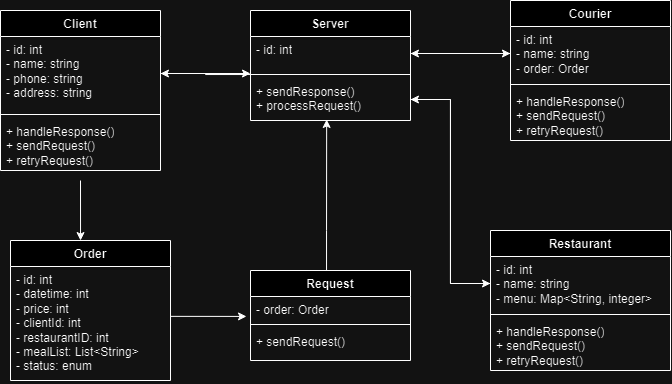
alex-bul/tphse3 keeps this draw.io diagram as Диаграмма классов.png. Above is the earlier version. Source tidied: cells renumbered, new cells last; positions are measured from the earlier drawing's top-left corner, leaving out a move shared by most shapes.
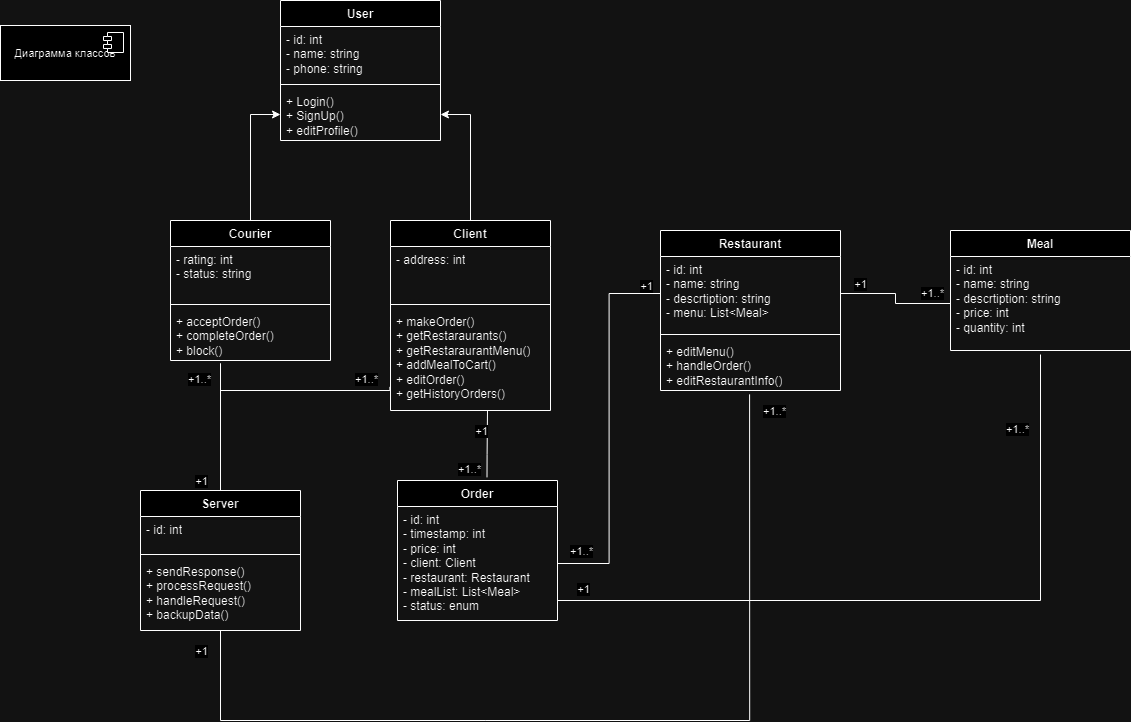
The same file after the commit.

What changed in the source:
```diff
@@ -2,54 +2,34 @@
   <root>
     <mxCell id="0" />
     <mxCell id="1" parent="0" />
-    <mxCell id="2" value="Client" style="swimlane;fontStyle=1;align=center;verticalAlign=top;horizontal=1;startSize=26;whiteSpace=wrap;html=1;" parent="1" vertex="1">
-      <mxGeometry y="10" width="160" height="160" as="geometry" />
+    <mxCell id="2" value="User" style="swimlane;fontStyle=1;align=center;verticalAlign=top;horizontal=1;startSize=26;whiteSpace=wrap;html=1;" parent="1" vertex="1">
+      <mxGeometry x="520" y="-60" width="160" height="140" as="geometry" />
     </mxCell>
-    <mxCell id="3" value="- id: int&lt;div&gt;- name: string&lt;br&gt;- phone: string&lt;/div&gt;&lt;div&gt;- address: string&lt;/div&gt;" style="text;strokeColor=none;fillColor=none;align=left;verticalAlign=top;spacingLeft=4;spacingRight=4;overflow=hidden;points=[[0,0.5],[1,0.5]];portConstraint=eastwest;whiteSpace=wrap;html=1;" parent="2" vertex="1">
-      <mxGeometry y="26" width="160" height="74" as="geometry" />
+    <mxCell id="3" value="- id: int&lt;div&gt;- name: string&lt;br&gt;- phone: string&lt;/div&gt;" style="text;strokeColor=none;fillColor=none;align=left;verticalAlign=top;spacingLeft=4;spacingRight=4;overflow=hidden;points=[[0,0.5],[1,0.5]];portConstraint=eastwest;whiteSpace=wrap;html=1;" parent="2" vertex="1">
+      <mxGeometry y="26" width="160" height="54" as="geometry" />
     </mxCell>
     <mxCell id="4" style="line;strokeWidth=1;fillColor=none;align=left;verticalAlign=middle;spacingTop=-1;spacingLeft=3;spacingRight=3;labelPosition=right;strokeColor=inherit;" parent="2" vertex="1">
-      <mxGeometry y="100" width="160" height="8" as="geometry" />
+      <mxGeometry y="80" width="160" height="8" as="geometry" />
     </mxCell>
-    <mxCell id="5" value="+ handleResponse()&lt;br&gt;+ sendRequest()&lt;br&gt;+ retryRequest()" style="text;strokeColor=none;fillColor=none;align=left;verticalAlign=top;spacingLeft=4;spacingRight=4;overflow=hidden;points=[[0,0.5],[1,0.5]];portConstraint=eastwest;whiteSpace=wrap;html=1;" parent="2" vertex="1">
-      <mxGeometry y="108" width="160" height="52" as="geometry" />
+    <mxCell id="5" value="+ Login()&lt;br&gt;+ SignUp()&lt;br&gt;+ editProfile()" style="text;strokeColor=none;fillColor=none;align=left;verticalAlign=top;spacingLeft=4;spacingRight=4;overflow=hidden;points=[[0,0.5],[1,0.5]];portConstraint=eastwest;whiteSpace=wrap;html=1;" parent="2" vertex="1">
+      <mxGeometry y="88" width="160" height="52" as="geometry" />
     </mxCell>
     <mxCell id="6" value="Order" style="swimlane;fontStyle=1;align=center;verticalAlign=top;horizontal=1;startSize=26;whiteSpace=wrap;html=1;" parent="1" vertex="1">
-      <mxGeometry x="10" y="240" width="160" height="140" as="geometry" />
+      <mxGeometry x="637" y="420" width="160" height="140" as="geometry" />
     </mxCell>
-    <mxCell id="7" value="- id: int&lt;div&gt;- datetime: int&lt;br&gt;- price: int&lt;br&gt;- clientId: int&lt;br&gt;- restaurantID: int&lt;br&gt;- mealList: List&amp;lt;String&amp;gt;&lt;br&gt;- status: enum&lt;/div&gt;&lt;div&gt;&lt;br&gt;&lt;/div&gt;" style="text;strokeColor=none;fillColor=none;align=left;verticalAlign=top;spacingLeft=4;spacingRight=4;overflow=hidden;points=[[0,0.5],[1,0.5]];portConstraint=eastwest;whiteSpace=wrap;html=1;" parent="6" vertex="1">
+    <mxCell id="7" value="- id: int&lt;div&gt;- timestamp: int&lt;br&gt;- price: int&lt;br&gt;- client: Client&lt;br&gt;- restaurant: Restaurant&lt;br&gt;- mealList: List&amp;lt;Meal&amp;gt;&lt;br&gt;- status: enum&lt;/div&gt;&lt;div&gt;&lt;br&gt;&lt;/div&gt;" style="text;strokeColor=none;fillColor=none;align=left;verticalAlign=top;spacingLeft=4;spacingRight=4;overflow=hidden;points=[[0,0.5],[1,0.5]];portConstraint=eastwest;whiteSpace=wrap;html=1;" parent="6" vertex="1">
       <mxGeometry y="26" width="160" height="114" as="geometry" />
     </mxCell>
-    <mxCell id="8" value="Request" style="swimlane;fontStyle=1;align=center;verticalAlign=top;horizontal=1;startSize=26;whiteSpace=wrap;html=1;" parent="1" vertex="1">
-      <mxGeometry x="250" y="270" width="160" height="90" as="geometry" />
-    </mxCell>
-    <mxCell id="9" value="- order: Order" style="text;strokeColor=none;fillColor=none;align=left;verticalAlign=top;spacingLeft=4;spacingRight=4;overflow=hidden;points=[[0,0.5],[1,0.5]];portConstraint=eastwest;whiteSpace=wrap;html=1;" parent="8" vertex="1">
-      <mxGeometry y="26" width="160" height="24" as="geometry" />
-    </mxCell>
-    <mxCell id="10" style="line;strokeWidth=1;fillColor=none;align=left;verticalAlign=middle;spacingTop=-1;spacingLeft=3;spacingRight=3;labelPosition=right;strokeColor=inherit;" parent="8" vertex="1">
-      <mxGeometry y="50" width="160" height="8" as="geometry" />
-    </mxCell>
-    <mxCell id="11" value="+ sendRequest()&lt;div&gt;&lt;br/&gt;&lt;/div&gt;" style="text;strokeColor=none;fillColor=none;align=left;verticalAlign=top;spacingLeft=4;spacingRight=4;overflow=hidden;whiteSpace=wrap;html=1;" parent="8" vertex="1">
-      <mxGeometry y="58" width="160" height="32" as="geometry" />
-    </mxCell>
-    <mxCell id="12" style="edgeStyle=orthogonalEdgeStyle;rounded=0;orthogonalLoop=1;jettySize=auto;html=1;" parent="1" edge="1">
-      <mxGeometry relative="1" as="geometry">
-        <mxPoint x="80" y="180" as="sourcePoint" />
-        <mxPoint x="80" y="240" as="targetPoint" />
-        <Array as="points">
-          <mxPoint x="80" y="240" />
-        </Array>
-      </mxGeometry>
-    </mxCell>
-    <mxCell id="13" style="edgeStyle=orthogonalEdgeStyle;rounded=0;jettySize=auto;html=1;exitX=1;exitY=0.5;exitDx=0;exitDy=0;entryX=-0.025;entryY=0.83;entryDx=0;entryDy=0;entryPerimeter=0;" parent="1" edge="1" source="7" target="9">
-      <mxGeometry relative="1" as="geometry">
-        <Array as="points">
-          <mxPoint x="170" y="316" />
-        </Array>
-      </mxGeometry>
-    </mxCell>
+    <mxCell id="33" style="edgeStyle=orthogonalEdgeStyle;rounded=0;jettySize=auto;html=1;endArrow=none;endFill=0;entryX=-0.004;entryY=0.768;entryDx=0;entryDy=0;entryPerimeter=0;" parent="1" edge="1" source="14" target="47">
+      <mxGeometry relative="1" as="geometry">
+        <Array as="points">
+          <mxPoint x="460" y="330" />
+          <mxPoint x="629" y="330" />
+        </Array>
+      </mxGeometry>
+    </mxCell>
     <mxCell id="14" value="Server" style="swimlane;fontStyle=1;align=center;verticalAlign=top;horizontal=1;startSize=26;whiteSpace=wrap;html=1;" parent="1" vertex="1">
-      <mxGeometry x="250" y="10" width="160" height="110" as="geometry" />
+      <mxGeometry x="380" y="430" width="160" height="140" as="geometry" />
     </mxCell>
     <mxCell id="15" value="- id: int" style="text;strokeColor=none;fillColor=none;align=left;verticalAlign=top;spacingLeft=4;spacingRight=4;overflow=hidden;points=[[0,0.5],[1,0.5]];portConstraint=eastwest;whiteSpace=wrap;html=1;" parent="14" vertex="1">
       <mxGeometry y="26" width="160" height="34" as="geometry" />
@@ -57,64 +37,162 @@
     <mxCell id="16" style="line;strokeWidth=1;fillColor=none;align=left;verticalAlign=middle;spacingTop=-1;spacingLeft=3;spacingRight=3;labelPosition=right;points=[];portConstraint=eastwest;strokeColor=inherit;" parent="14" vertex="1">
       <mxGeometry y="60" width="160" height="8" as="geometry" />
     </mxCell>
-    <mxCell id="17" value="+ sendResponse()&lt;br&gt;+ processRequest()" style="text;strokeColor=none;fillColor=none;align=left;verticalAlign=top;spacingLeft=4;spacingRight=4;overflow=hidden;points=[[0,0.5],[1,0.5]];portConstraint=eastwest;whiteSpace=wrap;html=1;" parent="14" vertex="1">
-      <mxGeometry y="68" width="160" height="42" as="geometry" />
+    <mxCell id="17" value="+ sendResponse()&lt;br&gt;+ processRequest()&lt;br&gt;+ handleRequest()&lt;br&gt;+ backupData()" style="text;strokeColor=none;fillColor=none;align=left;verticalAlign=top;spacingLeft=4;spacingRight=4;overflow=hidden;points=[[0,0.5],[1,0.5]];portConstraint=eastwest;whiteSpace=wrap;html=1;" parent="14" vertex="1">
+      <mxGeometry y="68" width="160" height="72" as="geometry" />
     </mxCell>
-    <mxCell id="18" style="edgeStyle=orthogonalEdgeStyle;rounded=0;jettySize=auto;html=1;entryX=0.476;entryY=0.976;entryDx=0;entryDy=0;entryPerimeter=0;" parent="1" edge="1" source="8" target="17">
-      <mxGeometry relative="1" as="geometry">
-        <Array as="points">
-          <mxPoint x="326" y="230" />
-          <mxPoint x="326" y="230" />
-        </Array>
-      </mxGeometry>
-    </mxCell>
-    <mxCell id="19" style="edgeStyle=orthogonalEdgeStyle;rounded=0;jettySize=auto;html=1;entryX=0;entryY=0.375;entryDx=0;entryDy=0;entryPerimeter=0;" parent="1" edge="1" source="3" target="16">
-      <mxGeometry relative="1" as="geometry" />
-    </mxCell>
-    <mxCell id="20" style="edgeStyle=orthogonalEdgeStyle;rounded=0;jettySize=auto;html=1;entryX=1;entryY=0.5;entryDx=0;entryDy=0;" parent="1" edge="1" source="16" target="3">
-      <mxGeometry relative="1" as="geometry" />
-    </mxCell>
-    <mxCell id="21" value="Courier" style="swimlane;fontStyle=1;align=center;verticalAlign=top;horizontal=1;startSize=26;whiteSpace=wrap;html=1;" parent="1" vertex="1">
-      <mxGeometry x="510" width="160" height="140" as="geometry" />
-    </mxCell>
-    <mxCell id="22" value="- id: int&lt;br&gt;- name: string&lt;br&gt;- order: Order" style="text;strokeColor=none;fillColor=none;align=left;verticalAlign=top;spacingLeft=4;spacingRight=4;overflow=hidden;points=[[0,0.5],[1,0.5]];portConstraint=eastwest;whiteSpace=wrap;html=1;" parent="21" vertex="1">
-      <mxGeometry y="26" width="160" height="54" as="geometry" />
-    </mxCell>
-    <mxCell id="23" style="line;strokeWidth=1;fillColor=none;align=left;verticalAlign=middle;spacingTop=-1;spacingLeft=3;spacingRight=3;labelPosition=right;strokeColor=inherit;" parent="21" vertex="1">
-      <mxGeometry y="80" width="160" height="8" as="geometry" />
-    </mxCell>
-    <mxCell id="24" value="+ handleResponse()&lt;br&gt;+ sendRequest()&lt;br&gt;+ retryRequest()" style="text;strokeColor=none;fillColor=none;align=left;verticalAlign=top;spacingLeft=4;spacingRight=4;overflow=hidden;whiteSpace=wrap;html=1;" parent="21" vertex="1">
-      <mxGeometry y="88" width="160" height="52" as="geometry" />
-    </mxCell>
     <mxCell id="25" value="Restaurant" style="swimlane;fontStyle=1;align=center;verticalAlign=top;horizontal=1;startSize=26;whiteSpace=wrap;html=1;" parent="1" vertex="1">
-      <mxGeometry x="490" y="230" width="180" height="140" as="geometry" />
+      <mxGeometry x="900" y="170" width="180" height="160" as="geometry" />
     </mxCell>
-    <mxCell id="26" value="- id: int&lt;br&gt;- name: string&lt;br&gt;- menu: Map&amp;lt;String, integer&amp;gt;" style="text;strokeColor=none;fillColor=none;align=left;verticalAlign=top;spacingLeft=4;spacingRight=4;overflow=hidden;points=[[0,0.5],[1,0.5]];portConstraint=eastwest;whiteSpace=wrap;html=1;" parent="25" vertex="1">
-      <mxGeometry y="26" width="180" height="54" as="geometry" />
+    <mxCell id="26" value="- id: int&lt;br&gt;- name: string&lt;br&gt;- descrtiption: string&lt;br&gt;- menu: List&amp;lt;Meal&amp;gt;" style="text;strokeColor=none;fillColor=none;align=left;verticalAlign=top;spacingLeft=4;spacingRight=4;overflow=hidden;points=[[0,0.5],[1,0.5]];portConstraint=eastwest;whiteSpace=wrap;html=1;" parent="25" vertex="1">
+      <mxGeometry y="26" width="180" height="74" as="geometry" />
     </mxCell>
     <mxCell id="27" style="line;strokeWidth=1;fillColor=none;align=left;verticalAlign=middle;spacingTop=-1;spacingLeft=3;spacingRight=3;labelPosition=right;strokeColor=inherit;" parent="25" vertex="1">
-      <mxGeometry y="80" width="180" height="8" as="geometry" />
+      <mxGeometry y="100" width="180" height="8" as="geometry" />
     </mxCell>
-    <mxCell id="28" value="+ handleResponse()&lt;br&gt;+ sendRequest()&lt;br&gt;+ retryRequest()" style="text;strokeColor=none;fillColor=none;align=left;verticalAlign=top;spacingLeft=4;spacingRight=4;overflow=hidden;points=[[0,0.5],[1,0.5]];portConstraint=eastwest;whiteSpace=wrap;html=1;" parent="25" vertex="1">
-      <mxGeometry y="88" width="180" height="52" as="geometry" />
+    <mxCell id="28" value="+ editMenu()&lt;br&gt;+ handleOrder()&lt;br&gt;+ editRestaurantInfo()" style="text;strokeColor=none;fillColor=none;align=left;verticalAlign=top;spacingLeft=4;spacingRight=4;overflow=hidden;points=[[0,0.5],[1,0.5]];portConstraint=eastwest;whiteSpace=wrap;html=1;" parent="25" vertex="1">
+      <mxGeometry y="108" width="180" height="52" as="geometry" />
     </mxCell>
-    <mxCell id="29" style="edgeStyle=orthogonalEdgeStyle;rounded=0;jettySize=auto;html=1;" parent="1" edge="1" source="22" target="15">
-      <mxGeometry relative="1" as="geometry" />
-    </mxCell>
-    <mxCell id="30" style="edgeStyle=orthogonalEdgeStyle;rounded=0;orthogonalLoop=1;jettySize=auto;html=1;" parent="1" edge="1">
-      <mxGeometry relative="1" as="geometry">
-        <mxPoint x="410" y="53" as="sourcePoint" />
-        <mxPoint x="510" y="53" as="targetPoint" />
-        <Array as="points">
-          <mxPoint x="510" y="53" />
-        </Array>
-      </mxGeometry>
-    </mxCell>
-    <mxCell id="31" style="edgeStyle=orthogonalEdgeStyle;rounded=0;jettySize=auto;html=1;entryX=1;entryY=0.5;entryDx=0;entryDy=0;" parent="1" edge="1" source="26" target="17">
-      <mxGeometry relative="1" as="geometry" />
-    </mxCell>
-    <mxCell id="32" style="edgeStyle=orthogonalEdgeStyle;rounded=0;jettySize=auto;html=1;entryX=0;entryY=0.5;entryDx=0;entryDy=0;" parent="1" edge="1" source="17" target="26">
-      <mxGeometry relative="1" as="geometry" />
-    </mxCell>
+    <mxCell id="34" value="Meal" style="swimlane;fontStyle=1;align=center;verticalAlign=top;horizontal=1;startSize=26;whiteSpace=wrap;html=1;" parent="1" vertex="1">
+      <mxGeometry x="1190" y="170" width="180" height="120" as="geometry" />
+    </mxCell>
+    <mxCell id="35" value="- id: int&lt;br&gt;- name: string&lt;br&gt;- descrtiption: string&lt;div&gt;- price: int&lt;/div&gt;&lt;div&gt;- quantity: int&lt;/div&gt;" style="text;strokeColor=none;fillColor=none;align=left;verticalAlign=top;spacingLeft=4;spacingRight=4;overflow=hidden;points=[[0,0.5],[1,0.5]];portConstraint=eastwest;whiteSpace=wrap;html=1;" parent="34" vertex="1">
+      <mxGeometry y="26" width="180" height="94" as="geometry" />
+    </mxCell>
+    <mxCell id="36" style="edgeStyle=orthogonalEdgeStyle;rounded=0;jettySize=auto;html=1;endArrow=none;endFill=0;labelPosition=left;verticalLabelPosition=top;align=right;verticalAlign=bottom;" parent="1" edge="1" source="35" target="26">
+      <mxGeometry x="0.82" y="-13" relative="1" as="geometry" />
+    </mxCell>
+    <mxCell id="37" value="+1" style="edgeLabel;html=1;align=center;verticalAlign=middle;" parent="36" vertex="1">
+      <mxGeometry x="0.68" relative="1" as="geometry">
+        <mxPoint x="-1" y="-10" as="offset" />
+      </mxGeometry>
+    </mxCell>
+    <mxCell id="38" value="+1..*" style="edgeLabel;html=1;align=center;verticalAlign=middle;" parent="36" vertex="1">
+      <mxGeometry x="-0.83" y="-1" relative="1" as="geometry">
+        <mxPoint x="-9" y="-10" as="offset" />
+      </mxGeometry>
+    </mxCell>
+    <mxCell id="39" style="edgeStyle=orthogonalEdgeStyle;rounded=0;jettySize=auto;html=1;entryX=0;entryY=0.5;entryDx=0;entryDy=0;" parent="1" edge="1" source="21" target="5">
+      <mxGeometry relative="1" as="geometry" />
+    </mxCell>
+    <mxCell id="21" value="Courier" style="swimlane;fontStyle=1;align=center;verticalAlign=top;horizontal=1;startSize=26;whiteSpace=wrap;html=1;" parent="1" vertex="1">
+      <mxGeometry x="410" y="160" width="160" height="140" as="geometry" />
+    </mxCell>
+    <mxCell id="40" value="- rating: int&lt;br&gt;- status: string" style="text;strokeColor=none;fillColor=none;align=left;verticalAlign=top;spacingLeft=4;spacingRight=4;overflow=hidden;whiteSpace=wrap;html=1;" parent="21" vertex="1">
+      <mxGeometry y="26" width="160" height="54" as="geometry" />
+    </mxCell>
+    <mxCell id="41" style="line;strokeWidth=1;fillColor=none;align=left;verticalAlign=middle;spacingTop=-1;spacingLeft=3;spacingRight=3;labelPosition=right;strokeColor=inherit;" parent="21" vertex="1">
+      <mxGeometry y="80" width="160" height="8" as="geometry" />
+    </mxCell>
+    <mxCell id="42" value="+ acceptOrder()&lt;br&gt;+ completeOrder()&lt;br&gt;+ block()" style="text;strokeColor=none;fillColor=none;align=left;verticalAlign=top;spacingLeft=4;spacingRight=4;overflow=hidden;whiteSpace=wrap;html=1;" parent="21" vertex="1">
+      <mxGeometry y="88" width="160" height="52" as="geometry" />
+    </mxCell>
+    <mxCell id="43" style="edgeStyle=orthogonalEdgeStyle;rounded=0;jettySize=auto;html=1;" parent="1" edge="1" source="44" target="5">
+      <mxGeometry relative="1" as="geometry" />
+    </mxCell>
+    <mxCell id="44" value="Client" style="swimlane;fontStyle=1;align=center;verticalAlign=top;horizontal=1;startSize=26;whiteSpace=wrap;html=1;" parent="1" vertex="1">
+      <mxGeometry x="630" y="160" width="160" height="190" as="geometry" />
+    </mxCell>
+    <mxCell id="45" value="- address: int&lt;div&gt;&lt;br/&gt;&lt;/div&gt;" style="text;strokeColor=none;fillColor=none;align=left;verticalAlign=top;spacingLeft=4;spacingRight=4;overflow=hidden;whiteSpace=wrap;html=1;" parent="44" vertex="1">
+      <mxGeometry y="26" width="160" height="54" as="geometry" />
+    </mxCell>
+    <mxCell id="46" style="line;strokeWidth=1;fillColor=none;align=left;verticalAlign=middle;spacingTop=-1;spacingLeft=3;spacingRight=3;labelPosition=right;strokeColor=inherit;" parent="44" vertex="1">
+      <mxGeometry y="80" width="160" height="8" as="geometry" />
+    </mxCell>
+    <mxCell id="47" value="+ makeOrder()&lt;br&gt;+ getRestaraurants()&lt;br&gt;+ getRestaraurantMenu()&lt;br&gt;+ addMealToCart()&lt;br&gt;+ editOrder()&lt;br&gt;+ getHistoryOrders()" style="text;strokeColor=none;fillColor=none;align=left;verticalAlign=top;spacingLeft=4;spacingRight=4;overflow=hidden;points=[[0,0.5],[1,0.5]];portConstraint=eastwest;whiteSpace=wrap;html=1;" parent="44" vertex="1">
+      <mxGeometry y="88" width="160" height="102" as="geometry" />
+    </mxCell>
+    <mxCell id="48" style="edgeStyle=orthogonalEdgeStyle;rounded=0;jettySize=auto;html=1;endArrow=none;endFill=0;" parent="1" edge="1" source="26" target="7">
+      <mxGeometry relative="1" as="geometry" />
+    </mxCell>
+    <mxCell id="49" value="+1" style="edgeLabel;html=1;align=center;verticalAlign=middle;" parent="1" vertex="1">
+      <mxGeometry x="990" y="240" as="geometry">
+        <mxPoint x="-105" y="-15" as="offset" />
+      </mxGeometry>
+    </mxCell>
+    <mxCell id="50" value="+1..*" style="edgeLabel;html=1;align=center;verticalAlign=middle;" parent="1" vertex="1">
+      <mxGeometry x="820" y="490" as="geometry" />
+    </mxCell>
+    <mxCell id="51" style="edgeStyle=orthogonalEdgeStyle;rounded=0;jettySize=auto;html=1;entryX=0.603;entryY=1;entryDx=0;entryDy=0;entryPerimeter=0;exitX=0.52;exitY=-0.022;exitDx=0;exitDy=0;exitPerimeter=0;endArrow=none;endFill=0;" parent="1" edge="1" target="47">
+      <mxGeometry relative="1" as="geometry">
+        <mxPoint x="726.5" y="416.9" as="sourcePoint" />
+        <Array as="points">
+          <mxPoint x="727" y="394" />
+          <mxPoint x="727" y="394" />
+          <mxPoint x="727" y="350" />
+        </Array>
+      </mxGeometry>
+    </mxCell>
+    <mxCell id="52" value="+1" style="edgeLabel;html=1;align=center;verticalAlign=middle;" parent="1" vertex="1">
+      <mxGeometry x="440" y="420" as="geometry" />
+    </mxCell>
+    <mxCell id="53" value="+1..*" style="edgeLabel;html=1;align=center;verticalAlign=middle;" parent="1" vertex="1">
+      <mxGeometry x="820" y="230" as="geometry">
+        <mxPoint x="-112" y="178" as="offset" />
+      </mxGeometry>
+    </mxCell>
+    <mxCell id="54" style="edgeStyle=orthogonalEdgeStyle;rounded=0;jettySize=auto;html=1;endArrow=none;endFill=0;" parent="1" edge="1" source="7">
+      <mxGeometry relative="1" as="geometry">
+        <mxPoint x="1280" y="294" as="targetPoint" />
+        <Array as="points">
+          <mxPoint x="1280" y="540" />
+          <mxPoint x="1280" y="294" />
+        </Array>
+      </mxGeometry>
+    </mxCell>
+    <mxCell id="55" value="+1..*" style="edgeLabel;html=1;align=center;verticalAlign=middle;" parent="1" vertex="1">
+      <mxGeometry x="1190" y="240" as="geometry">
+        <mxPoint x="66" y="128" as="offset" />
+      </mxGeometry>
+    </mxCell>
+    <mxCell id="56" value="+1" style="edgeLabel;html=1;align=center;verticalAlign=middle;" parent="1" vertex="1">
+      <mxGeometry x="1108.3" y="210" as="geometry">
+        <mxPoint x="-286" y="318" as="offset" />
+      </mxGeometry>
+    </mxCell>
+    <mxCell id="57" style="edgeStyle=orthogonalEdgeStyle;rounded=0;jettySize=auto;html=1;endArrow=none;endFill=0;" parent="1" edge="1" source="14">
+      <mxGeometry relative="1" as="geometry">
+        <mxPoint x="460" y="310" as="targetPoint" />
+        <Array as="points">
+          <mxPoint x="460" y="303" />
+        </Array>
+      </mxGeometry>
+    </mxCell>
+    <mxCell id="58" value="+1" style="edgeLabel;html=1;align=center;verticalAlign=middle;" parent="1" vertex="1">
+      <mxGeometry x="720" y="370" as="geometry" />
+    </mxCell>
+    <mxCell id="59" value="+1..*" style="edgeLabel;html=1;align=center;verticalAlign=middle;" parent="1" vertex="1">
+      <mxGeometry x="717" y="140" as="geometry">
+        <mxPoint x="-112" y="178" as="offset" />
+      </mxGeometry>
+    </mxCell>
+    <mxCell id="60" value="+1..*" style="edgeLabel;html=1;align=center;verticalAlign=middle;" parent="1" vertex="1">
+      <mxGeometry x="550" y="140" as="geometry">
+        <mxPoint x="-112" y="178" as="offset" />
+      </mxGeometry>
+    </mxCell>
+    <mxCell id="61" style="edgeStyle=orthogonalEdgeStyle;rounded=0;jettySize=auto;html=1;entryX=0.495;entryY=1.074;entryDx=0;entryDy=0;entryPerimeter=0;strokeColor=default;align=center;verticalAlign=middle;fontFamily=Helvetica;fontSize=11;fontColor=default;labelBackgroundColor=default;endArrow=none;endFill=0;" parent="1" edge="1" source="14" target="28">
+      <mxGeometry relative="1" as="geometry">
+        <Array as="points">
+          <mxPoint x="460" y="660" />
+          <mxPoint x="989" y="660" />
+        </Array>
+      </mxGeometry>
+    </mxCell>
+    <mxCell id="62" value="+1" style="edgeLabel;html=1;align=center;verticalAlign=middle;" parent="1" vertex="1">
+      <mxGeometry x="440" y="590" as="geometry" />
+    </mxCell>
+    <mxCell id="63" value="+1..*" style="edgeLabel;html=1;align=center;verticalAlign=middle;" parent="1" vertex="1">
+      <mxGeometry x="830" y="500" as="geometry">
+        <mxPoint x="183" y="-150" as="offset" />
+      </mxGeometry>
+    </mxCell>
+    <mxCell id="64" value="Диаграмма классов" style="html=1;whiteSpace=wrap;fontFamily=Helvetica;fontSize=11;fontColor=default;labelBackgroundColor=default;" parent="1" vertex="1">
+      <mxGeometry x="240" y="-35" width="130" height="55" as="geometry" />
+    </mxCell>
+    <mxCell id="65" style="shape=module;jettyWidth=8;jettyHeight=4;fontFamily=Helvetica;fontSize=11;fontColor=default;labelBackgroundColor=default;" parent="64" vertex="1">
+      <mxGeometry x="1" width="20" height="20" relative="1" as="geometry">
+        <mxPoint x="-27" y="7" as="offset" />
+      </mxGeometry>
+    </mxCell>
   </root>
 </mxGraphModel>
```
